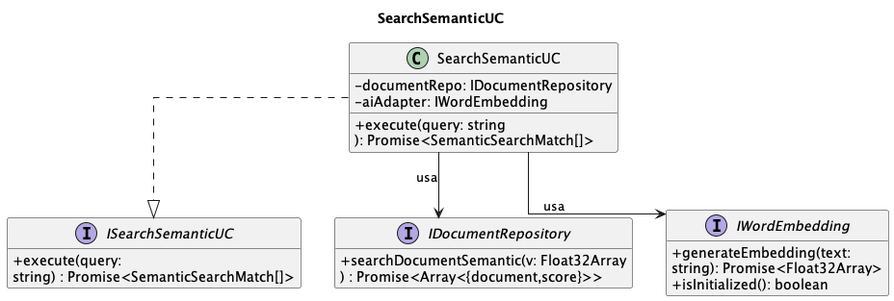
Above: out/3_PB/DocumentiEsterni/DiagrammiSpecificaTecnica/C4/C4_backend_Search/C4_backend_Search-4.png in 7-ZPUs/Docs (PlantUML), before the change.
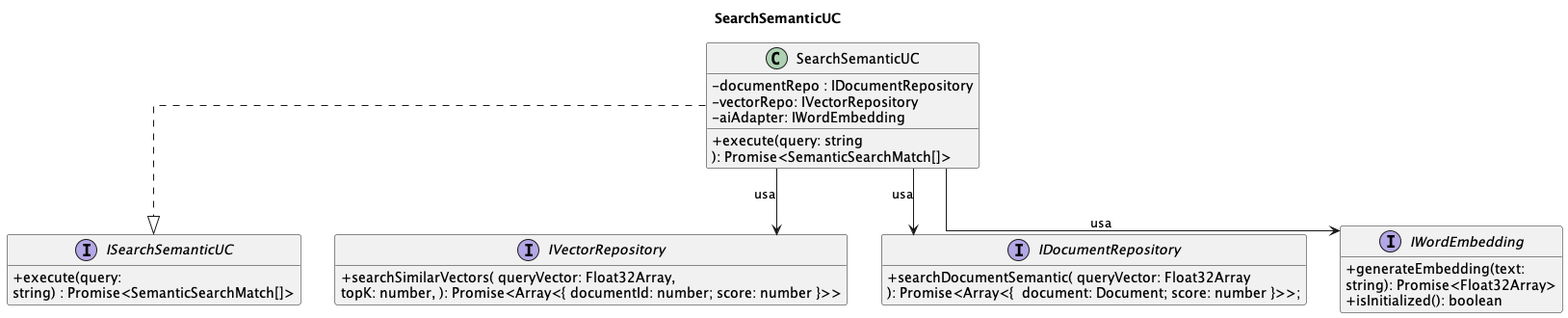
Above is the later version.

Commit message:
Correzioni parte Search

Change to the diagram source:
```diff
@@ -10,14 +10,19 @@
     string) : Promise<SemanticSearchMatch[]>
 }
 class SearchSemanticUC {
-    - documentRepo: IDocumentRepository
+    - documentRepo : IDocumentRepository
+    - vectorRepo: IVectorRepository
     - aiAdapter: IWordEmbedding
     + execute(query: string
     ): Promise<SemanticSearchMatch[]>
 }
+interface IVectorRepository {
+    + searchSimilarVectors( queryVector: Float32Array,
+    topK: number, ): Promise<Array<{ documentId: number; score: number }>>
+}
 interface IDocumentRepository {
-    + searchDocumentSemantic(v: Float32Array
-    ) : Promise<Array<{document,score}>>
+    + searchDocumentSemantic( queryVector: Float32Array
+     ): Promise<Array<{  document: Document; score: number }>>;
 }
 interface IWordEmbedding {
     + generateEmbedding(text:
@@ -26,7 +31,8 @@
 }
 
 SearchSemanticUC ..|> ISearchSemanticUC
+SearchSemanticUC --> IVectorRepository : usa
+SearchSemanticUC --> IWordEmbedding    : usa
 SearchSemanticUC --> IDocumentRepository : usa
-SearchSemanticUC --> IWordEmbedding      : usa
 
 @enduml
```
